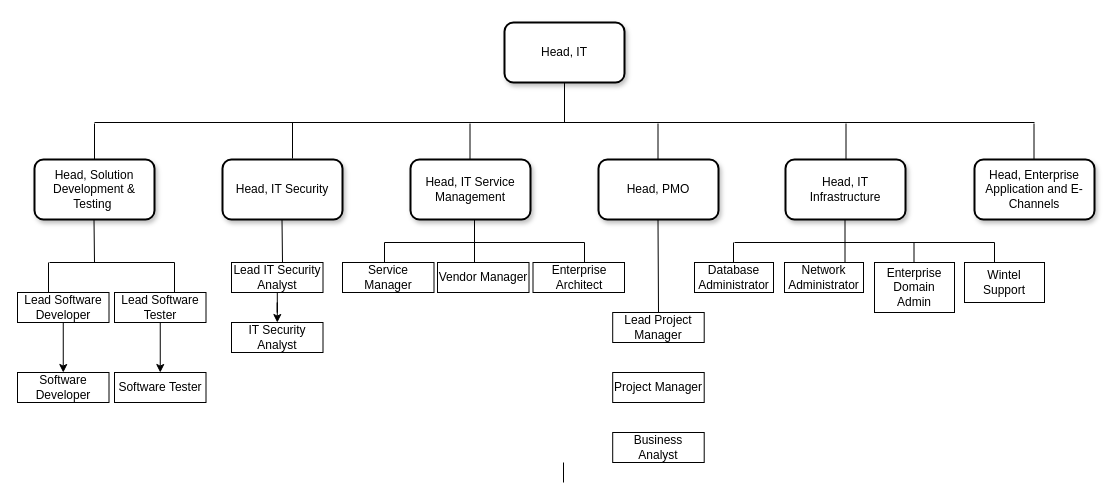
Earlier version of the draw.io diagram organogram.drawio (Great-B/standard-arch-diagrams). Source tidied: cells renumbered, new cells numbered last; positions are measured from the earlier drawing's top-left corner, leaving out a move shared by most shapes. Both pictures are drawn from the tidied source at 100%, with x=0, y=0 at pixel (17, 22).
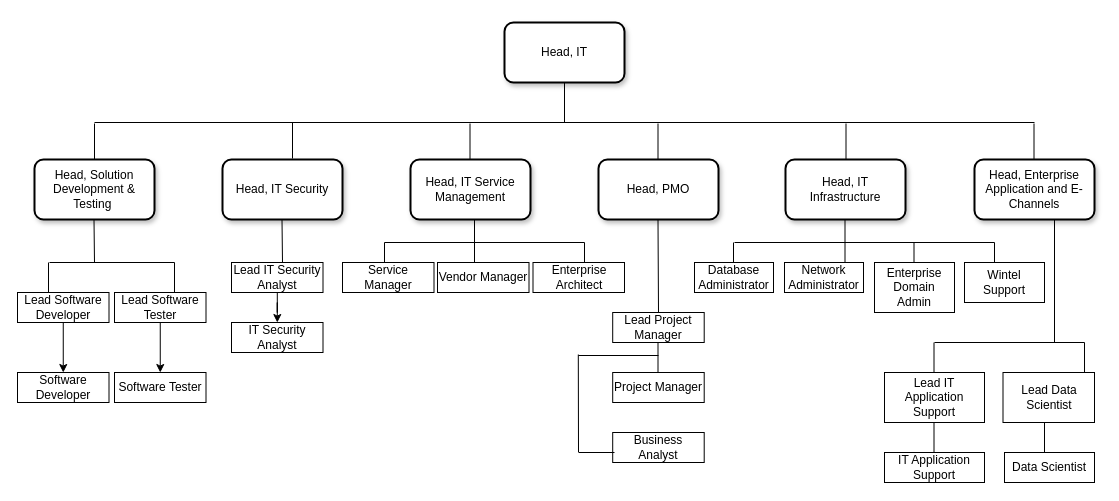
The same diagram, later.

The edit, as a diff of the source:
```diff
@@
-    <mxCell id="43" style="endArrow=none;html=1;rounded=0;" parent="1" edge="1">
-      <mxGeometry relative="1" as="geometry">
-        <mxPoint x="546" y="440" as="sourcePoint" />
-        <mxPoint x="546" y="460" as="targetPoint" />
-      </mxGeometry>
-    </mxCell>
@@
+    <mxCell id="54" style="endArrow=none;html=1;rounded=0;" parent="1" edge="1">
+      <mxGeometry relative="1" as="geometry">
+        <mxPoint x="1037" y="320" as="sourcePoint" />
+        <mxPoint x="1037" y="197" as="targetPoint" />
+      </mxGeometry>
+    </mxCell>
+    <mxCell id="55" style="endArrow=none;html=1;rounded=0;" parent="1" edge="1">
+      <mxGeometry relative="1" as="geometry">
+        <mxPoint x="917" y="320" as="sourcePoint" />
+        <mxPoint x="1067" y="320" as="targetPoint" />
+      </mxGeometry>
+    </mxCell>
+    <mxCell id="56" value="IT Application Support" style="rounded=0;whiteSpace=wrap;html=1;" parent="1" vertex="1">
+      <mxGeometry x="867" y="430" width="100" height="30" as="geometry" />
+    </mxCell>
+    <mxCell id="57" value="Lead IT Application Support" style="rounded=0;whiteSpace=wrap;html=1;" parent="1" vertex="1">
+      <mxGeometry x="867" y="350" width="100" height="50" as="geometry" />
+    </mxCell>
+    <mxCell id="58" value="Lead Data Scientist" style="rounded=0;whiteSpace=wrap;html=1;" parent="1" vertex="1">
+      <mxGeometry x="985.5" y="350" width="91.5" height="50" as="geometry" />
+    </mxCell>
+    <mxCell id="59" value="Data Scientist" style="rounded=0;whiteSpace=wrap;html=1;" parent="1" vertex="1">
+      <mxGeometry x="987" y="430" width="90" height="30" as="geometry" />
+    </mxCell>
+    <mxCell id="60" style="endArrow=none;html=1;rounded=0;entryX=0.891;entryY=0;entryDx=0;entryDy=0;entryPerimeter=0;" parent="1" edge="1" target="58">
+      <mxGeometry relative="1" as="geometry">
+        <mxPoint x="1067" y="320" as="sourcePoint" />
+      </mxGeometry>
+    </mxCell>
+    <mxCell id="61" style="endArrow=none;html=1;rounded=0;entryX=0.891;entryY=0;entryDx=0;entryDy=0;entryPerimeter=0;" parent="1" edge="1">
+      <mxGeometry relative="1" as="geometry">
+        <mxPoint x="916.5" y="320" as="sourcePoint" />
+        <mxPoint x="916.5" y="350" as="targetPoint" />
+      </mxGeometry>
+    </mxCell>
+    <mxCell id="62" style="endArrow=none;html=1;rounded=0;entryX=0.891;entryY=0;entryDx=0;entryDy=0;entryPerimeter=0;" parent="1" edge="1">
+      <mxGeometry relative="1" as="geometry">
+        <mxPoint x="916.5" y="400" as="sourcePoint" />
+        <mxPoint x="916.5" y="430" as="targetPoint" />
+      </mxGeometry>
+    </mxCell>
+    <mxCell id="63" style="endArrow=none;html=1;rounded=0;entryX=0.891;entryY=0;entryDx=0;entryDy=0;entryPerimeter=0;" parent="1" edge="1">
+      <mxGeometry relative="1" as="geometry">
+        <mxPoint x="1027" y="400" as="sourcePoint" />
+        <mxPoint x="1027" y="430" as="targetPoint" />
+      </mxGeometry>
+    </mxCell>
+    <mxCell id="64" style="endArrow=none;html=1;rounded=0;entryX=0.891;entryY=0;entryDx=0;entryDy=0;entryPerimeter=0;" parent="1" edge="1">
+      <mxGeometry relative="1" as="geometry">
+        <mxPoint x="640.5" y="320" as="sourcePoint" />
+        <mxPoint x="640.5" y="350" as="targetPoint" />
+      </mxGeometry>
+    </mxCell>
+    <mxCell id="65" style="endArrow=none;html=1;rounded=0;" parent="1" edge="1">
+      <mxGeometry relative="1" as="geometry">
+        <mxPoint x="561" y="333" as="sourcePoint" />
+        <mxPoint x="641" y="333" as="targetPoint" />
+      </mxGeometry>
+    </mxCell>
+    <mxCell id="66" style="endArrow=none;html=1;rounded=0;" parent="1" edge="1">
+      <mxGeometry relative="1" as="geometry">
+        <mxPoint x="561" y="430" as="sourcePoint" />
+        <mxPoint x="560.8" y="332" as="targetPoint" />
+      </mxGeometry>
+    </mxCell>
+    <mxCell id="67" style="endArrow=none;html=1;rounded=0;" parent="1" edge="1">
+      <mxGeometry relative="1" as="geometry">
+        <mxPoint x="597" y="430" as="sourcePoint" />
+        <mxPoint x="561.5" y="430" as="targetPoint" />
+      </mxGeometry>
+    </mxCell>
```
